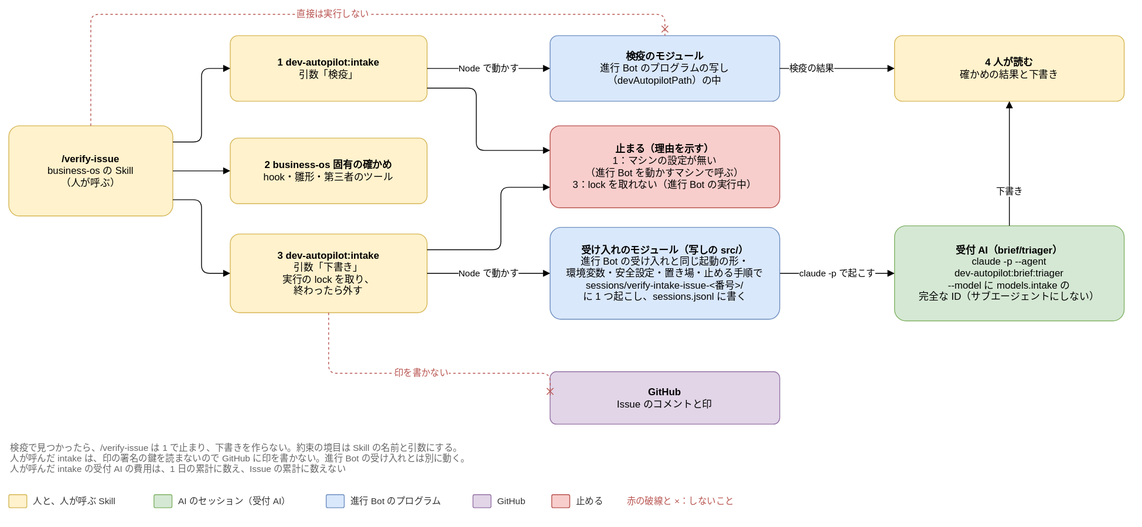
Joymerrevent/dev-autopilot keeps this draw.io diagram as docs/design/basic/diagrams/03-human-intake.drawio.svg. Above is the earlier version. Source tidied: cells renumbered, new cells last; positions are measured from the earlier drawing's top-left corner, leaving out a move shared by most shapes.
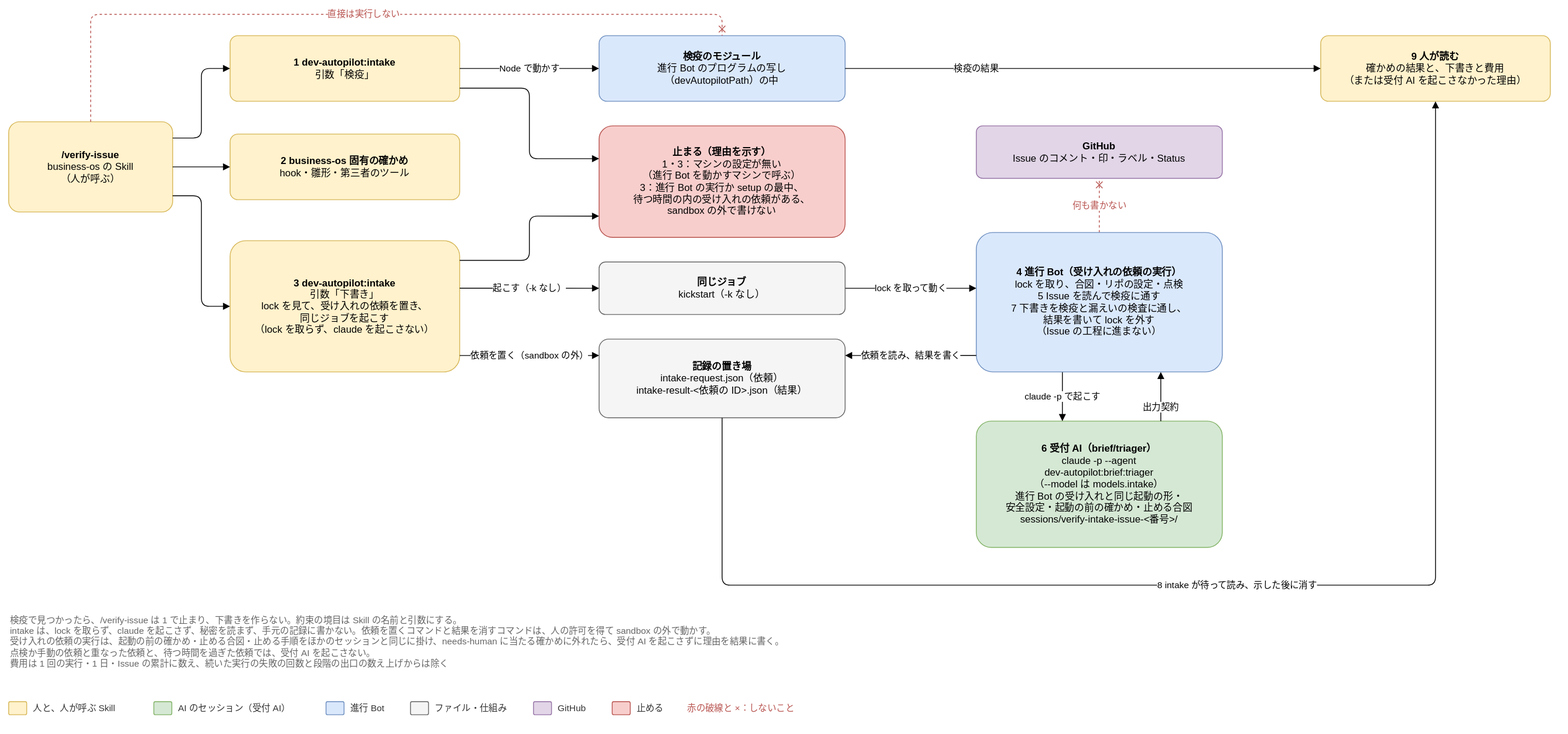
Above is the later version.

Commit message:
docs: intake の Skill の動かし方を決めた ADR-20261022-004 を、図に反映する

The edit, as a diff of the source:
```diff
@@ -3,28 +3,28 @@
     <mxCell id="0" />
     <mxCell id="1" parent="0" />
     <mxCell id="2" value="&lt;b&gt;/verify-issue&lt;/b&gt;&lt;br&gt;business-os の Skill&lt;br&gt;（人が呼ぶ）" style="rounded=1;whiteSpace=wrap;html=1;fontSize=12;arcSize=12;spacing=12;fillColor=#fff2cc;strokeColor=#d6b656;" parent="1" vertex="1">
-      <mxGeometry y="136" width="200" height="110" as="geometry" />
+      <mxGeometry y="131" width="200" height="110" as="geometry" />
     </mxCell>
     <mxCell id="3" value="&lt;b&gt;1 dev-autopilot:intake&lt;/b&gt;&lt;br&gt;引数「検疫」" style="rounded=1;whiteSpace=wrap;html=1;fontSize=12;arcSize=12;spacing=12;fillColor=#fff2cc;strokeColor=#d6b656;" parent="1" vertex="1">
-      <mxGeometry x="270" y="26" width="240" height="80" as="geometry" />
+      <mxGeometry x="270" y="26" width="280" height="80" as="geometry" />
     </mxCell>
     <mxCell id="4" value="&lt;b&gt;2 business-os 固有の確かめ&lt;/b&gt;&lt;br&gt;hook・雛形・第三者のツール" style="rounded=1;whiteSpace=wrap;html=1;fontSize=12;arcSize=12;spacing=12;fillColor=#fff2cc;strokeColor=#d6b656;" parent="1" vertex="1">
-      <mxGeometry x="270" y="151" width="240" height="80" as="geometry" />
+      <mxGeometry x="270" y="146" width="280" height="80" as="geometry" />
     </mxCell>
-    <mxCell id="5" value="&lt;b&gt;3 dev-autopilot:intake&lt;/b&gt;&lt;br&gt;引数「下書き」&lt;br&gt;実行の lock を取り、&lt;br&gt;終わったら外す" style="rounded=1;whiteSpace=wrap;html=1;fontSize=12;arcSize=12;spacing=12;fillColor=#fff2cc;strokeColor=#d6b656;" parent="1" vertex="1">
-      <mxGeometry x="270" y="268" width="240" height="96" as="geometry" />
+    <mxCell id="5" value="&lt;b&gt;3 dev-autopilot:intake&lt;/b&gt;&lt;br&gt;引数「下書き」&lt;br&gt;lock を見て、受け入れの依頼を置き、&lt;br&gt;同じジョブを起こす&lt;br&gt;（lock を取らず、claude を起こさない）" style="rounded=1;whiteSpace=wrap;html=1;fontSize=12;arcSize=12;spacing=12;fillColor=#fff2cc;strokeColor=#d6b656;" parent="1" vertex="1">
+      <mxGeometry x="270" y="276" width="280" height="160" as="geometry" />
     </mxCell>
     <mxCell id="6" value="&lt;b&gt;検疫のモジュール&lt;/b&gt;&lt;br&gt;進行 Bot のプログラムの写し&lt;br&gt;（devAutopilotPath）の中" style="rounded=1;whiteSpace=wrap;html=1;fontSize=12;arcSize=12;spacing=12;fillColor=#dae8fc;strokeColor=#6c8ebf;" parent="1" vertex="1">
-      <mxGeometry x="660" y="26" width="280" height="80" as="geometry" />
+      <mxGeometry x="720" y="26" width="300" height="80" as="geometry" />
     </mxCell>
-    <mxCell id="7" value="&lt;b&gt;受付 AI（brief/triager）&lt;/b&gt;&lt;br&gt;claude -p --agent&lt;br&gt;dev-autopilot:brief:triager&lt;br&gt;--model に models.intake の&lt;br&gt;完全な ID（サブエージェントにしない）" style="rounded=1;whiteSpace=wrap;html=1;fontSize=12;arcSize=12;spacing=12;fillColor=#d5e8d4;strokeColor=#82b366;" parent="1" vertex="1">
-      <mxGeometry x="1080" y="258" width="280" height="116" as="geometry" />
+    <mxCell id="7" value="&lt;b&gt;6 受付 AI（brief/triager）&lt;/b&gt;&lt;br&gt;claude -p --agent&lt;br&gt;dev-autopilot:brief:triager&lt;br&gt;（--model は models.intake）&lt;br&gt;進行 Bot の受け入れと同じ起動の形・&lt;br&gt;安全設定・起動の前の確かめ・止める合図&lt;br&gt;sessions/verify-intake-issue-&amp;lt;番号&amp;gt;/" style="rounded=1;whiteSpace=wrap;html=1;fontSize=12;arcSize=12;spacing=12;fillColor=#d5e8d4;strokeColor=#82b366;" parent="1" vertex="1">
+      <mxGeometry x="1180" y="496" width="300" height="154" as="geometry" />
     </mxCell>
-    <mxCell id="8" value="&lt;b&gt;4 人が読む&lt;/b&gt;&lt;br&gt;確かめの結果と下書き" style="rounded=1;whiteSpace=wrap;html=1;fontSize=12;arcSize=12;spacing=12;fillColor=#fff2cc;strokeColor=#d6b656;" parent="1" vertex="1">
-      <mxGeometry x="1080" y="26" width="280" height="80" as="geometry" />
+    <mxCell id="8" value="&lt;b&gt;9 人が読む&lt;/b&gt;&lt;br&gt;確かめの結果と、下書きと費用&lt;br&gt;（または受付 AI を起こさなかった理由）" style="rounded=1;whiteSpace=wrap;html=1;fontSize=12;arcSize=12;spacing=12;fillColor=#fff2cc;strokeColor=#d6b656;" parent="1" vertex="1">
+      <mxGeometry x="1600" y="26" width="280" height="80" as="geometry" />
     </mxCell>
-    <mxCell id="9" value="&lt;b&gt;GitHub&lt;/b&gt;&lt;br&gt;Issue のコメントと印" style="rounded=1;whiteSpace=wrap;html=1;fontSize=12;arcSize=12;spacing=12;fillColor=#e1d5e7;strokeColor=#9673a6;" parent="1" vertex="1">
-      <mxGeometry x="660" y="436" width="280" height="64" as="geometry" />
+    <mxCell id="9" value="&lt;b&gt;GitHub&lt;/b&gt;&lt;br&gt;Issue のコメント・印・ラベル・Status" style="rounded=1;whiteSpace=wrap;html=1;fontSize=12;arcSize=12;spacing=12;fillColor=#e1d5e7;strokeColor=#9673a6;" parent="1" vertex="1">
+      <mxGeometry x="1180" y="136" width="300" height="64" as="geometry" />
     </mxCell>
     <mxCell id="10" style="edgeStyle=orthogonalEdgeStyle;rounded=1;html=1;endArrow=block;endFill=1;fontSize=11;labelBackgroundColor=#ffffff;exitX=1;exitY=0.18;exitDx=0;exitDy=0;entryX=0;entryY=0.5;entryDx=0;entryDy=0;" parent="1" edge="1" source="2" target="3">
       <mxGeometry relative="1" as="geometry" />
@@ -38,90 +38,115 @@
     <mxCell id="13" value="Node で動かす" style="edgeStyle=orthogonalEdgeStyle;rounded=1;html=1;endArrow=block;endFill=1;fontSize=11;labelBackgroundColor=#ffffff;exitX=1;exitY=0.5;exitDx=0;exitDy=0;entryX=0;entryY=0.5;entryDx=0;entryDy=0;" parent="1" edge="1" source="3" target="6">
       <mxGeometry relative="1" as="geometry" />
     </mxCell>
-    <mxCell id="14" value="claude -p で起こす" style="edgeStyle=orthogonalEdgeStyle;rounded=1;html=1;endArrow=block;endFill=1;fontSize=11;labelBackgroundColor=#ffffff;exitX=1;exitY=0.5;exitDx=0;exitDy=0;entryX=0;entryY=0.5;entryDx=0;entryDy=0;" parent="1" edge="1" source="22" target="7">
+    <mxCell id="14" value="claude -p で起こす" style="edgeStyle=orthogonalEdgeStyle;rounded=1;html=1;endArrow=block;endFill=1;fontSize=11;labelBackgroundColor=#ffffff;exitX=0.35;exitY=1;exitDx=0;exitDy=0;entryX=0.35;entryY=0;entryDx=0;entryDy=0;" parent="1" edge="1" source="22" target="7">
       <mxGeometry relative="1" as="geometry" />
     </mxCell>
     <mxCell id="15" value="検疫の結果" style="edgeStyle=orthogonalEdgeStyle;rounded=1;html=1;endArrow=block;endFill=1;fontSize=11;labelBackgroundColor=#ffffff;exitX=1;exitY=0.5;exitDx=0;exitDy=0;entryX=0;entryY=0.5;entryDx=0;entryDy=0;" parent="1" edge="1" source="6" target="8">
       <mxGeometry x="-0.45" relative="1" as="geometry" />
     </mxCell>
-    <mxCell id="16" value="下書き" style="edgeStyle=orthogonalEdgeStyle;rounded=1;html=1;endArrow=block;endFill=1;fontSize=11;labelBackgroundColor=#ffffff;exitX=0.5;exitY=0;exitDx=0;exitDy=0;entryX=0.5;entryY=1;entryDx=0;entryDy=0;" parent="1" edge="1" source="7" target="8">
+    <mxCell id="16" value="出力契約" style="edgeStyle=orthogonalEdgeStyle;rounded=1;html=1;endArrow=block;endFill=1;fontSize=11;labelBackgroundColor=#ffffff;exitX=0.75;exitY=0;exitDx=0;exitDy=0;entryX=0.75;entryY=1;entryDx=0;entryDy=0;" parent="1" edge="1" source="7" target="22">
       <mxGeometry x="-0.45" relative="1" as="geometry" />
     </mxCell>
     <mxCell id="17" value="直接は実行しない" style="edgeStyle=orthogonalEdgeStyle;rounded=1;html=1;endArrow=block;endFill=1;fontSize=11;labelBackgroundColor=#ffffff;dashed=1;strokeColor=#b85450;fontColor=#b85450;endArrow=cross;endFill=0;exitX=0.5;exitY=0;exitDx=0;exitDy=0;entryX=0.5;entryY=0;entryDx=0;entryDy=0;" parent="1" edge="1" source="2" target="6">
       <mxGeometry relative="1" as="geometry">
         <Array as="points">
           <mxPoint x="100" />
-          <mxPoint x="800" />
+          <mxPoint x="870" />
         </Array>
       </mxGeometry>
     </mxCell>
-    <mxCell id="18" value="印を書かない" style="edgeStyle=orthogonalEdgeStyle;rounded=1;html=1;endArrow=block;endFill=1;fontSize=11;labelBackgroundColor=#ffffff;dashed=1;strokeColor=#b85450;fontColor=#b85450;endArrow=cross;endFill=0;exitX=0.5;exitY=1;exitDx=0;exitDy=0;entryX=0;entryY=0.5;entryDx=0;entryDy=0;" parent="1" edge="1" source="5" target="9">
-      <mxGeometry relative="1" as="geometry">
-        <Array as="points">
-          <mxPoint x="390" y="438" />
-        </Array>
-      </mxGeometry>
+    <mxCell id="18" value="何も書かない" style="edgeStyle=orthogonalEdgeStyle;rounded=1;html=1;endArrow=block;endFill=1;fontSize=11;labelBackgroundColor=#ffffff;dashed=1;strokeColor=#b85450;fontColor=#b85450;endArrow=cross;endFill=0;exitX=0.5;exitY=0;exitDx=0;exitDy=0;entryX=0.5;entryY=1;entryDx=0;entryDy=0;" parent="1" edge="1" source="22" target="9">
+      <mxGeometry relative="1" as="geometry" />
     </mxCell>
-    <mxCell id="19" value="検疫で見つかったら、/verify-issue は 1 で止まり、下書きを作らない。約束の境目は Skill の名前と引数にする。&lt;br&gt;人が呼んだ intake は、印の署名の鍵を読まないので GitHub に印を書かない。進行 Bot の受け入れとは別に動く。&lt;br&gt;人が呼んだ intake の受付 AI の費用は、1 日の累計に数え、Issue の累計に数えない" style="text;html=1;whiteSpace=wrap;align=left;verticalAlign=top;fontSize=11;fontColor=#666666;" parent="1" vertex="1">
-      <mxGeometry y="516" width="1360" height="52" as="geometry" />
+    <mxCell id="19" value="検疫で見つかったら、/verify-issue は 1 で止まり、下書きを作らない。約束の境目は Skill の名前と引数にする。&lt;br&gt;intake は、lock を取らず、claude を起こさず、秘密を読まず、手元の記録に書かない。依頼を置くコマンドと結果を消すコマンドは、人の許可を得て sandbox の外で動かす。&lt;br&gt;受け入れの依頼の実行は、起動の前の確かめ・止める合図・止める手順をほかのセッションと同じに掛け、needs-human に当たる確かめに外れたら、受付 AI を起こさずに理由を結果に書く。&lt;br&gt;点検か手動の依頼と重なった依頼と、待つ時間を過ぎた依頼では、受付 AI を起こさない。&lt;br&gt;費用は 1 回の実行・1 日・Issue の累計に数え、続いた実行の失敗の回数と段階の出口の数え上げからは除く" style="text;html=1;whiteSpace=wrap;align=left;verticalAlign=top;fontSize=11;fontColor=#666666;" parent="1" vertex="1">
+      <mxGeometry y="726" width="1880" height="92" as="geometry" />
     </mxCell>
     <mxCell id="20" value="赤の破線と ×：しないこと" style="text;html=1;align=left;verticalAlign=middle;fontSize=11;fontColor=#333333;fontColor=#b85450;" parent="1" vertex="1">
-      <mxGeometry x="752" y="584" width="200" height="20" as="geometry" />
+      <mxGeometry x="826" y="836" width="200" height="20" as="geometry" />
     </mxCell>
-    <mxCell id="21" value="&lt;b&gt;止まる（理由を示す）&lt;/b&gt;&lt;br&gt;1：マシンの設定が無い&lt;br&gt;（進行 Bot を動かすマシンで呼ぶ）&lt;br&gt;3：lock を取れない（進行 Bot の実行中）" style="rounded=1;whiteSpace=wrap;html=1;fontSize=12;arcSize=12;spacing=12;fillColor=#f8cecc;strokeColor=#b85450;" parent="1" vertex="1">
-      <mxGeometry x="660" y="136" width="280" height="100" as="geometry" />
+    <mxCell id="21" value="&lt;b&gt;止まる（理由を示す）&lt;/b&gt;&lt;br&gt;1・3：マシンの設定が無い&lt;br&gt;（進行 Bot を動かすマシンで呼ぶ）&lt;br&gt;3：進行 Bot の実行か setup の最中、&lt;br&gt;待つ時間の内の受け入れの依頼がある、&lt;br&gt;sandbox の外で書けない" style="rounded=1;whiteSpace=wrap;html=1;fontSize=12;arcSize=12;spacing=12;fillColor=#f8cecc;strokeColor=#b85450;" parent="1" vertex="1">
+      <mxGeometry x="720" y="136" width="300" height="136" as="geometry" />
     </mxCell>
-    <mxCell id="22" value="&lt;b&gt;受け入れのモジュール（写しの src/）&lt;/b&gt;&lt;br&gt;進行 Bot の受け入れと同じ起動の形・&lt;br&gt;環境変数・安全設定・置き場・止める手順で&lt;br&gt;sessions/verify-intake-issue-&amp;lt;番号&amp;gt;/&lt;br&gt;に 1 つ起こし、sessions.jsonl に書く" style="rounded=1;whiteSpace=wrap;html=1;fontSize=12;arcSize=12;spacing=12;fillColor=#dae8fc;strokeColor=#6c8ebf;" parent="1" vertex="1">
-      <mxGeometry x="660" y="260" width="280" height="112" as="geometry" />
+    <mxCell id="22" value="&lt;b&gt;4 進行 Bot（受け入れの依頼の実行）&lt;/b&gt;&lt;br&gt;lock を取り、合図・リポの設定・点検&lt;br&gt;5 Issue を読んで検疫に通す&lt;br&gt;7 下書きを検疫と漏えいの検査に通し、&lt;br&gt;結果を書いて lock を外す&lt;br&gt;（Issue の工程に進まない）" style="rounded=1;whiteSpace=wrap;html=1;fontSize=12;arcSize=12;spacing=12;fillColor=#dae8fc;strokeColor=#6c8ebf;" parent="1" vertex="1">
+      <mxGeometry x="1180" y="266" width="300" height="170" as="geometry" />
     </mxCell>
-    <mxCell id="23" value="Node で動かす" style="edgeStyle=orthogonalEdgeStyle;rounded=1;html=1;endArrow=block;endFill=1;fontSize=11;labelBackgroundColor=#ffffff;exitX=1;exitY=0.5;exitDx=0;exitDy=0;entryX=0;entryY=0.5;entryDx=0;entryDy=0;" parent="1" edge="1" source="5" target="22">
+    <mxCell id="23" value="lock を取って動く" style="edgeStyle=orthogonalEdgeStyle;rounded=1;html=1;endArrow=block;endFill=1;fontSize=11;labelBackgroundColor=#ffffff;exitX=1;exitY=0.5;exitDx=0;exitDy=0;entryX=0;entryY=0.4;entryDx=0;entryDy=0;" parent="1" edge="1" source="36" target="22">
       <mxGeometry relative="1" as="geometry" />
     </mxCell>
-    <mxCell id="24" style="edgeStyle=orthogonalEdgeStyle;rounded=1;html=1;endArrow=block;endFill=1;fontSize=11;labelBackgroundColor=#ffffff;exitX=1;exitY=0.8;exitDx=0;exitDy=0;entryX=0;entryY=0.3;entryDx=0;entryDy=0;" parent="1" edge="1" source="3" target="21">
+    <mxCell id="24" style="edgeStyle=orthogonalEdgeStyle;rounded=1;html=1;endArrow=block;endFill=1;fontSize=11;labelBackgroundColor=#ffffff;exitX=1;exitY=0.8;exitDx=0;exitDy=0;entryX=0;entryY=0.294;entryDx=0;entryDy=0;" parent="1" edge="1" source="3" target="21">
       <mxGeometry relative="1" as="geometry">
         <Array as="points">
-          <mxPoint x="570" y="90" />
-          <mxPoint x="570" y="166" />
+          <mxPoint x="635" y="90" />
+          <mxPoint x="635" y="176" />
         </Array>
       </mxGeometry>
     </mxCell>
-    <mxCell id="25" style="edgeStyle=orthogonalEdgeStyle;rounded=1;html=1;endArrow=block;endFill=1;fontSize=11;labelBackgroundColor=#ffffff;exitX=1;exitY=0.2;exitDx=0;exitDy=0;entryX=0;entryY=0.75;entryDx=0;entryDy=0;" parent="1" edge="1" source="5" target="21">
+    <mxCell id="25" style="edgeStyle=orthogonalEdgeStyle;rounded=1;html=1;endArrow=block;endFill=1;fontSize=11;labelBackgroundColor=#ffffff;exitX=1;exitY=0.15;exitDx=0;exitDy=0;entryX=0;entryY=0.809;entryDx=0;entryDy=0;" parent="1" edge="1" source="5" target="21">
       <mxGeometry relative="1" as="geometry">
         <Array as="points">
-          <mxPoint x="600" y="287" />
-          <mxPoint x="600" y="211" />
+          <mxPoint x="635" y="300" />
+          <mxPoint x="635" y="246" />
         </Array>
       </mxGeometry>
     </mxCell>
+    <mxCell id="36" value="&lt;b&gt;同じジョブ&lt;/b&gt;&lt;br&gt;kickstart（-k なし）" style="rounded=1;whiteSpace=wrap;html=1;fontSize=12;arcSize=12;spacing=12;fillColor=#f5f5f5;strokeColor=#666666;" parent="1" vertex="1">
+      <mxGeometry x="720" y="302" width="300" height="64" as="geometry" />
+    </mxCell>
+    <mxCell id="37" value="&lt;b&gt;記録の置き場&lt;/b&gt;&lt;br&gt;intake-request.json（依頼）&lt;br&gt;intake-result-&amp;lt;依頼の ID&amp;gt;.json（結果）" style="rounded=1;whiteSpace=wrap;html=1;fontSize=12;arcSize=12;spacing=12;fillColor=#f5f5f5;strokeColor=#666666;" parent="1" vertex="1">
+      <mxGeometry x="720" y="396" width="300" height="96" as="geometry" />
+    </mxCell>
+    <mxCell id="38" value="依頼を置く（sandbox の外）" style="edgeStyle=orthogonalEdgeStyle;rounded=1;html=1;endArrow=block;endFill=1;fontSize=11;labelBackgroundColor=#ffffff;exitX=1;exitY=0.875;exitDx=0;exitDy=0;entryX=0;entryY=0.208;entryDx=0;entryDy=0;" parent="1" edge="1" source="5" target="37">
+      <mxGeometry relative="1" as="geometry" />
+    </mxCell>
+    <mxCell id="39" value="起こす（-k なし）" style="edgeStyle=orthogonalEdgeStyle;rounded=1;html=1;endArrow=block;endFill=1;fontSize=11;labelBackgroundColor=#ffffff;exitX=1;exitY=0.362;exitDx=0;exitDy=0;entryX=0;entryY=0.5;entryDx=0;entryDy=0;" parent="1" edge="1" source="5" target="36">
+      <mxGeometry relative="1" as="geometry" />
+    </mxCell>
+    <mxCell id="40" value="依頼を読み、結果を書く" style="edgeStyle=orthogonalEdgeStyle;rounded=1;html=1;endArrow=block;endFill=1;fontSize=11;labelBackgroundColor=#ffffff;exitX=0;exitY=0.882;exitDx=0;exitDy=0;entryX=1;entryY=0.208;entryDx=0;entryDy=0;" parent="1" edge="1" source="22" target="37">
+      <mxGeometry relative="1" as="geometry" />
+    </mxCell>
+    <mxCell id="41" value="8 intake が待って読み、示した後に消す" style="edgeStyle=orthogonalEdgeStyle;rounded=1;html=1;endArrow=block;endFill=1;fontSize=11;labelBackgroundColor=#ffffff;exitX=0.5;exitY=1;exitDx=0;exitDy=0;entryX=0.5;entryY=1;entryDx=0;entryDy=0;" parent="1" edge="1" source="37" target="8">
+      <mxGeometry relative="1" as="geometry">
+        <Array as="points">
+          <mxPoint x="870" y="696" />
+          <mxPoint x="1740" y="696" />
+        </Array>
+      </mxGeometry>
+    </mxCell>
     <mxCell id="26" style="rounded=1;whiteSpace=wrap;html=1;fontSize=12;arcSize=12;spacing=12;fillColor=#fff2cc;strokeColor=#d6b656;" parent="1" vertex="1">
-      <mxGeometry y="586" width="22" height="16" as="geometry" />
+      <mxGeometry y="838" width="22" height="16" as="geometry" />
     </mxCell>
     <mxCell id="27" value="人と、人が呼ぶ Skill" style="text;html=1;align=left;verticalAlign=middle;fontSize=11;fontColor=#333333;" parent="1" vertex="1">
-      <mxGeometry x="28" y="584" width="133" height="20" as="geometry" />
+      <mxGeometry x="28" y="836" width="133" height="20" as="geometry" />
     </mxCell>
     <mxCell id="28" style="rounded=1;whiteSpace=wrap;html=1;fontSize=12;arcSize=12;spacing=12;fillColor=#d5e8d4;strokeColor=#82b366;" parent="1" vertex="1">
-      <mxGeometry x="177" y="586" width="22" height="16" as="geometry" />
+      <mxGeometry x="177" y="838" width="22" height="16" as="geometry" />
     </mxCell>
     <mxCell id="29" value="AI のセッション（受付 AI）" style="text;html=1;align=left;verticalAlign=middle;fontSize=11;fontColor=#333333;" parent="1" vertex="1">
-      <mxGeometry x="205" y="584" width="166" height="20" as="geometry" />
+      <mxGeometry x="205" y="836" width="166" height="20" as="geometry" />
     </mxCell>
     <mxCell id="30" style="rounded=1;whiteSpace=wrap;html=1;fontSize=12;arcSize=12;spacing=12;fillColor=#dae8fc;strokeColor=#6c8ebf;" parent="1" vertex="1">
-      <mxGeometry x="387" y="586" width="22" height="16" as="geometry" />
+      <mxGeometry x="387" y="838" width="22" height="16" as="geometry" />
     </mxCell>
-    <mxCell id="31" value="進行 Bot のプログラム" style="text;html=1;align=left;verticalAlign=middle;fontSize=11;fontColor=#333333;" parent="1" vertex="1">
-      <mxGeometry x="415" y="584" width="135" height="20" as="geometry" />
+    <mxCell id="31" value="進行 Bot" style="text;html=1;align=left;verticalAlign=middle;fontSize=11;fontColor=#333333;" parent="1" vertex="1">
+      <mxGeometry x="415" y="836" width="59" height="20" as="geometry" />
     </mxCell>
-    <mxCell id="32" style="rounded=1;whiteSpace=wrap;html=1;fontSize=12;arcSize=12;spacing=12;fillColor=#e1d5e7;strokeColor=#9673a6;" parent="1" vertex="1">
-      <mxGeometry x="566" y="586" width="22" height="16" as="geometry" />
+    <mxCell id="32" style="rounded=1;whiteSpace=wrap;html=1;fontSize=12;arcSize=12;spacing=12;fillColor=#f5f5f5;strokeColor=#666666;" parent="1" vertex="1">
+      <mxGeometry x="490" y="838" width="22" height="16" as="geometry" />
     </mxCell>
-    <mxCell id="33" value="GitHub" style="text;html=1;align=left;verticalAlign=middle;fontSize=11;fontColor=#333333;" parent="1" vertex="1">
-      <mxGeometry x="594" y="584" width="52" height="20" as="geometry" />
+    <mxCell id="33" value="ファイル・仕組み" style="text;html=1;align=left;verticalAlign=middle;fontSize=11;fontColor=#333333;" parent="1" vertex="1">
+      <mxGeometry x="518" y="836" width="106" height="20" as="geometry" />
     </mxCell>
-    <mxCell id="34" style="rounded=1;whiteSpace=wrap;html=1;fontSize=12;arcSize=12;spacing=12;fillColor=#f8cecc;strokeColor=#b85450;" parent="1" vertex="1">
-      <mxGeometry x="662" y="586" width="22" height="16" as="geometry" />
+    <mxCell id="34" style="rounded=1;whiteSpace=wrap;html=1;fontSize=12;arcSize=12;spacing=12;fillColor=#e1d5e7;strokeColor=#9673a6;" parent="1" vertex="1">
+      <mxGeometry x="640" y="838" width="22" height="16" as="geometry" />
     </mxCell>
-    <mxCell id="35" value="止める" style="text;html=1;align=left;verticalAlign=middle;fontSize=11;fontColor=#333333;" parent="1" vertex="1">
-      <mxGeometry x="690" y="584" width="46" height="20" as="geometry" />
+    <mxCell id="35" value="GitHub" style="text;html=1;align=left;verticalAlign=middle;fontSize=11;fontColor=#333333;" parent="1" vertex="1">
+      <mxGeometry x="668" y="836" width="52" height="20" as="geometry" />
     </mxCell>
+    <mxCell id="42" style="rounded=1;whiteSpace=wrap;html=1;fontSize=12;arcSize=12;spacing=12;fillColor=#f8cecc;strokeColor=#b85450;" parent="1" vertex="1">
+      <mxGeometry x="736" y="838" width="22" height="16" as="geometry" />
+    </mxCell>
+    <mxCell id="43" value="止める" style="text;html=1;align=left;verticalAlign=middle;fontSize=11;fontColor=#333333;" parent="1" vertex="1">
+      <mxGeometry x="764" y="836" width="46" height="20" as="geometry" />
+    </mxCell>
   </root>
 </mxGraphModel>
```
